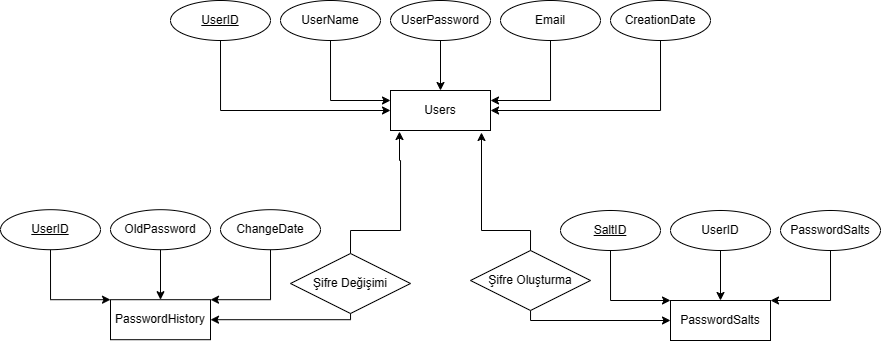
The draw.io diagram BIL106.1 Veri Tabanı ve SQL Dilleri/PasswordDB_ConceptualModel.png in Dot0exe/University, before a commit. Source tidied: cells renumbered, new cells last; positions are measured from the earlier drawing's top-left corner, leaving out a move shared by most shapes.
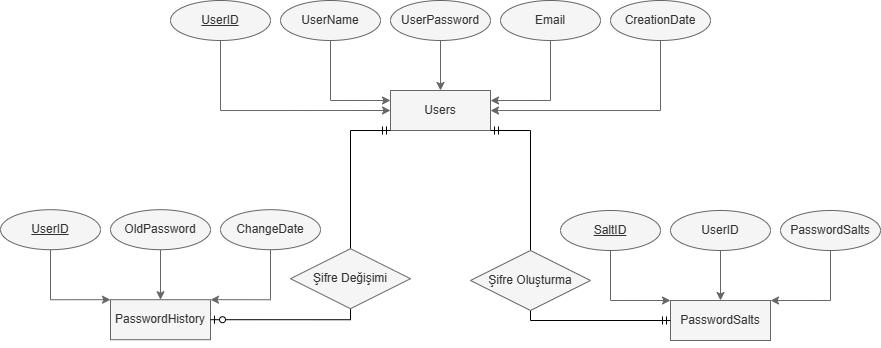
The same file after the commit.

Change to the diagram source:
```diff
@@ -1,45 +1,45 @@
-<mxGraphModel>
+<mxGraphModel background="#ffffff">
   <root>
     <mxCell id="0" />
     <mxCell id="1" parent="0" />
-    <mxCell id="2" value="PasswordSalts" style="whiteSpace=wrap;html=1;align=center;labelBackgroundColor=default;" parent="1" vertex="1">
+    <mxCell id="2" value="PasswordSalts" style="whiteSpace=wrap;html=1;align=center;labelBackgroundColor=none;labelBorderColor=none;fillColor=#f5f5f5;fontColor=#333333;strokeColor=#666666;" parent="1" vertex="1">
       <mxGeometry x="670" y="300" width="100" height="40" as="geometry" />
     </mxCell>
-    <mxCell id="3" value="PasswordHistory" style="whiteSpace=wrap;html=1;align=center;labelBackgroundColor=default;" parent="1" vertex="1">
+    <mxCell id="3" value="PasswordHistory" style="whiteSpace=wrap;html=1;align=center;labelBackgroundColor=none;labelBorderColor=none;fillColor=#f5f5f5;fontColor=#333333;strokeColor=#666666;" parent="1" vertex="1">
       <mxGeometry x="110" y="299.2" width="100" height="40" as="geometry" />
     </mxCell>
-    <mxCell id="4" value="Users" style="whiteSpace=wrap;html=1;align=center;labelBackgroundColor=default;" parent="1" vertex="1">
+    <mxCell id="4" value="Users" style="whiteSpace=wrap;html=1;align=center;labelBackgroundColor=none;labelBorderColor=none;fillColor=#f5f5f5;fontColor=#333333;strokeColor=#666666;" parent="1" vertex="1">
       <mxGeometry x="390" y="90" width="100" height="40" as="geometry" />
     </mxCell>
-    <mxCell id="5" style="edgeStyle=orthogonalEdgeStyle;rounded=0;jettySize=auto;html=1;entryX=0;entryY=0.5;entryDx=0;entryDy=0;labelBackgroundColor=default;" parent="1" edge="1" source="6" target="4">
+    <mxCell id="5" style="edgeStyle=orthogonalEdgeStyle;rounded=0;jettySize=auto;html=1;entryX=0;entryY=0.5;entryDx=0;entryDy=0;labelBackgroundColor=none;labelBorderColor=none;fillColor=#f5f5f5;strokeColor=#666666;" parent="1" edge="1" source="6" target="4">
       <mxGeometry relative="1" as="geometry">
         <Array as="points">
           <mxPoint x="220" y="110" />
         </Array>
       </mxGeometry>
     </mxCell>
-    <mxCell id="6" value="UserID" style="ellipse;whiteSpace=wrap;html=1;align=center;fontStyle=4;labelBackgroundColor=default;" parent="1" vertex="1">
+    <mxCell id="6" value="UserID" style="ellipse;whiteSpace=wrap;html=1;align=center;fontStyle=4;labelBackgroundColor=none;labelBorderColor=none;fillColor=#f5f5f5;fontColor=#333333;strokeColor=#666666;" parent="1" vertex="1">
       <mxGeometry x="170" width="100" height="40" as="geometry" />
     </mxCell>
-    <mxCell id="7" style="edgeStyle=orthogonalEdgeStyle;rounded=0;jettySize=auto;html=1;entryX=0;entryY=0.25;entryDx=0;entryDy=0;exitX=0.5;exitY=1;exitDx=0;exitDy=0;labelBackgroundColor=default;" parent="1" edge="1" source="8" target="4">
+    <mxCell id="7" style="edgeStyle=orthogonalEdgeStyle;rounded=0;jettySize=auto;html=1;entryX=0;entryY=0.25;entryDx=0;entryDy=0;exitX=0.5;exitY=1;exitDx=0;exitDy=0;labelBackgroundColor=none;labelBorderColor=none;fillColor=#f5f5f5;strokeColor=#666666;" parent="1" edge="1" source="8" target="4">
       <mxGeometry relative="1" as="geometry" />
     </mxCell>
-    <mxCell id="8" value="UserName" style="ellipse;whiteSpace=wrap;html=1;align=center;labelBackgroundColor=default;" parent="1" vertex="1">
+    <mxCell id="8" value="UserName" style="ellipse;whiteSpace=wrap;html=1;align=center;labelBackgroundColor=none;labelBorderColor=none;fillColor=#f5f5f5;fontColor=#333333;strokeColor=#666666;" parent="1" vertex="1">
       <mxGeometry x="280" width="100" height="40" as="geometry" />
     </mxCell>
-    <mxCell id="9" style="edgeStyle=orthogonalEdgeStyle;rounded=0;jettySize=auto;html=1;entryX=0.5;entryY=0;entryDx=0;entryDy=0;labelBackgroundColor=default;" parent="1" edge="1" source="10" target="4">
+    <mxCell id="9" style="edgeStyle=orthogonalEdgeStyle;rounded=0;jettySize=auto;html=1;entryX=0.5;entryY=0;entryDx=0;entryDy=0;labelBackgroundColor=none;labelBorderColor=none;fillColor=#f5f5f5;strokeColor=#666666;" parent="1" edge="1" source="10" target="4">
       <mxGeometry relative="1" as="geometry" />
     </mxCell>
-    <mxCell id="10" value="UserPassword" style="ellipse;whiteSpace=wrap;html=1;align=center;labelBackgroundColor=default;" parent="1" vertex="1">
+    <mxCell id="10" value="UserPassword" style="ellipse;whiteSpace=wrap;html=1;align=center;labelBackgroundColor=none;labelBorderColor=none;fillColor=#f5f5f5;fontColor=#333333;strokeColor=#666666;" parent="1" vertex="1">
       <mxGeometry x="390" width="100" height="40" as="geometry" />
     </mxCell>
-    <mxCell id="11" style="edgeStyle=orthogonalEdgeStyle;rounded=0;jettySize=auto;html=1;entryX=1;entryY=0.25;entryDx=0;entryDy=0;exitX=0.5;exitY=1;exitDx=0;exitDy=0;labelBackgroundColor=default;" parent="1" edge="1" source="12" target="4">
+    <mxCell id="11" style="edgeStyle=orthogonalEdgeStyle;rounded=0;jettySize=auto;html=1;entryX=1;entryY=0.25;entryDx=0;entryDy=0;exitX=0.5;exitY=1;exitDx=0;exitDy=0;labelBackgroundColor=none;labelBorderColor=none;fillColor=#f5f5f5;strokeColor=#666666;" parent="1" edge="1" source="12" target="4">
       <mxGeometry relative="1" as="geometry" />
     </mxCell>
-    <mxCell id="12" value="Email" style="ellipse;whiteSpace=wrap;html=1;align=center;labelBackgroundColor=default;" parent="1" vertex="1">
+    <mxCell id="12" value="Email" style="ellipse;whiteSpace=wrap;html=1;align=center;labelBackgroundColor=none;labelBorderColor=none;fillColor=#f5f5f5;fontColor=#333333;strokeColor=#666666;" parent="1" vertex="1">
       <mxGeometry x="500" width="100" height="40" as="geometry" />
     </mxCell>
-    <mxCell id="13" style="edgeStyle=orthogonalEdgeStyle;rounded=0;jettySize=auto;html=1;exitX=0.5;exitY=1;exitDx=0;exitDy=0;labelBackgroundColor=default;" parent="1" edge="1" source="14">
+    <mxCell id="13" style="edgeStyle=orthogonalEdgeStyle;rounded=0;jettySize=auto;html=1;exitX=0.5;exitY=1;exitDx=0;exitDy=0;labelBackgroundColor=none;labelBorderColor=none;fillColor=#f5f5f5;strokeColor=#666666;" parent="1" edge="1" source="14">
       <mxGeometry relative="1" as="geometry">
         <mxPoint x="490" y="110" as="targetPoint" />
         <Array as="points">
@@ -48,10 +48,10 @@
         </Array>
       </mxGeometry>
     </mxCell>
-    <mxCell id="14" value="CreationDate" style="ellipse;whiteSpace=wrap;html=1;align=center;labelBackgroundColor=default;" parent="1" vertex="1">
+    <mxCell id="14" value="CreationDate" style="ellipse;whiteSpace=wrap;html=1;align=center;labelBackgroundColor=none;labelBorderColor=none;fillColor=#f5f5f5;fontColor=#333333;strokeColor=#666666;" parent="1" vertex="1">
       <mxGeometry x="610" width="100" height="40" as="geometry" />
     </mxCell>
-    <mxCell id="15" style="edgeStyle=orthogonalEdgeStyle;rounded=0;jettySize=auto;html=1;entryX=0;entryY=0;entryDx=0;entryDy=0;exitX=0.5;exitY=1;exitDx=0;exitDy=0;labelBackgroundColor=default;" parent="1" edge="1" source="16" target="3">
+    <mxCell id="15" style="edgeStyle=orthogonalEdgeStyle;rounded=0;jettySize=auto;html=1;entryX=0;entryY=0;entryDx=0;entryDy=0;exitX=0.5;exitY=1;exitDx=0;exitDy=0;labelBackgroundColor=none;labelBorderColor=none;fillColor=#f5f5f5;strokeColor=#666666;" parent="1" edge="1" source="16" target="3">
       <mxGeometry relative="1" as="geometry">
         <Array as="points">
           <mxPoint x="50" y="299.2" />
@@ -59,92 +59,74 @@
         </Array>
       </mxGeometry>
     </mxCell>
-    <mxCell id="16" value="UserID" style="ellipse;whiteSpace=wrap;html=1;align=center;fontStyle=4;labelBackgroundColor=default;" parent="1" vertex="1">
+    <mxCell id="16" value="UserID" style="ellipse;whiteSpace=wrap;html=1;align=center;fontStyle=4;labelBackgroundColor=none;labelBorderColor=none;fillColor=#f5f5f5;fontColor=#333333;strokeColor=#666666;" parent="1" vertex="1">
       <mxGeometry y="209.2" width="100" height="40" as="geometry" />
     </mxCell>
-    <mxCell id="17" style="edgeStyle=orthogonalEdgeStyle;rounded=0;orthogonalLoop=1;jettySize=auto;html=1;exitX=0.5;exitY=1;exitDx=0;exitDy=0;labelBackgroundColor=default;" parent="1" edge="1" source="3" target="3">
+    <mxCell id="17" style="edgeStyle=orthogonalEdgeStyle;rounded=0;orthogonalLoop=1;jettySize=auto;html=1;exitX=0.5;exitY=1;exitDx=0;exitDy=0;labelBackgroundColor=none;labelBorderColor=none;fillColor=#f5f5f5;strokeColor=#666666;" parent="1" edge="1" source="3" target="3">
       <mxGeometry relative="1" as="geometry" />
     </mxCell>
-    <mxCell id="18" style="edgeStyle=orthogonalEdgeStyle;rounded=0;jettySize=auto;html=1;entryX=0.5;entryY=0;entryDx=0;entryDy=0;labelBackgroundColor=default;" parent="1" edge="1" source="19" target="3">
+    <mxCell id="18" style="edgeStyle=orthogonalEdgeStyle;rounded=0;jettySize=auto;html=1;entryX=0.5;entryY=0;entryDx=0;entryDy=0;labelBackgroundColor=none;labelBorderColor=none;fillColor=#f5f5f5;strokeColor=#666666;" parent="1" edge="1" source="19" target="3">
       <mxGeometry relative="1" as="geometry" />
     </mxCell>
-    <mxCell id="19" value="OldPassword" style="ellipse;whiteSpace=wrap;html=1;align=center;labelBackgroundColor=default;" parent="1" vertex="1">
+    <mxCell id="19" value="OldPassword" style="ellipse;whiteSpace=wrap;html=1;align=center;labelBackgroundColor=none;labelBorderColor=none;fillColor=#f5f5f5;fontColor=#333333;strokeColor=#666666;" parent="1" vertex="1">
       <mxGeometry x="110" y="209.2" width="100" height="40" as="geometry" />
     </mxCell>
-    <mxCell id="20" style="edgeStyle=orthogonalEdgeStyle;rounded=0;jettySize=auto;html=1;entryX=1;entryY=0;entryDx=0;entryDy=0;exitX=0.5;exitY=1;exitDx=0;exitDy=0;labelBackgroundColor=default;" parent="1" edge="1" source="21" target="3">
+    <mxCell id="20" style="edgeStyle=orthogonalEdgeStyle;rounded=0;jettySize=auto;html=1;entryX=1;entryY=0;entryDx=0;entryDy=0;exitX=0.5;exitY=1;exitDx=0;exitDy=0;labelBackgroundColor=none;labelBorderColor=none;fillColor=#f5f5f5;strokeColor=#666666;" parent="1" edge="1" source="21" target="3">
       <mxGeometry relative="1" as="geometry">
         <Array as="points">
           <mxPoint x="270" y="299.2" />
         </Array>
       </mxGeometry>
     </mxCell>
-    <mxCell id="21" value="ChangeDate" style="ellipse;whiteSpace=wrap;html=1;align=center;labelBackgroundColor=default;" parent="1" vertex="1">
+    <mxCell id="21" value="ChangeDate" style="ellipse;whiteSpace=wrap;html=1;align=center;labelBackgroundColor=none;labelBorderColor=none;fillColor=#f5f5f5;fontColor=#333333;strokeColor=#666666;" parent="1" vertex="1">
       <mxGeometry x="220" y="209.2" width="100" height="40" as="geometry" />
     </mxCell>
-    <mxCell id="22" style="edgeStyle=orthogonalEdgeStyle;rounded=0;jettySize=auto;html=1;labelBackgroundColor=default;" parent="1" edge="1" source="23" target="2">
+    <mxCell id="22" style="edgeStyle=orthogonalEdgeStyle;rounded=0;jettySize=auto;html=1;labelBackgroundColor=none;labelBorderColor=none;fillColor=#f5f5f5;strokeColor=#666666;" parent="1" edge="1" source="23" target="2">
       <mxGeometry relative="1" as="geometry" />
     </mxCell>
-    <mxCell id="23" value="UserID" style="ellipse;whiteSpace=wrap;html=1;align=center;labelBackgroundColor=default;" parent="1" vertex="1">
+    <mxCell id="23" value="UserID" style="ellipse;whiteSpace=wrap;html=1;align=center;labelBackgroundColor=none;labelBorderColor=none;fillColor=#f5f5f5;fontColor=#333333;strokeColor=#666666;" parent="1" vertex="1">
       <mxGeometry x="670" y="210" width="100" height="40" as="geometry" />
     </mxCell>
-    <mxCell id="24" value="SaltID" style="ellipse;whiteSpace=wrap;html=1;align=center;fontStyle=4;labelBackgroundColor=default;" parent="1" vertex="1">
+    <mxCell id="24" value="SaltID" style="ellipse;whiteSpace=wrap;html=1;align=center;fontStyle=4;labelBackgroundColor=none;labelBorderColor=none;fillColor=#f5f5f5;fontColor=#333333;strokeColor=#666666;" parent="1" vertex="1">
       <mxGeometry x="560" y="210" width="100" height="40" as="geometry" />
     </mxCell>
-    <mxCell id="25" style="edgeStyle=orthogonalEdgeStyle;rounded=0;jettySize=auto;html=1;entryX=1;entryY=0;entryDx=0;entryDy=0;exitX=0.5;exitY=1;exitDx=0;exitDy=0;labelBackgroundColor=default;" parent="1" edge="1" source="26" target="2">
+    <mxCell id="25" style="edgeStyle=orthogonalEdgeStyle;rounded=0;jettySize=auto;html=1;entryX=1;entryY=0;entryDx=0;entryDy=0;exitX=0.5;exitY=1;exitDx=0;exitDy=0;labelBackgroundColor=none;labelBorderColor=none;fillColor=#f5f5f5;strokeColor=#666666;" parent="1" edge="1" source="26" target="2">
       <mxGeometry relative="1" as="geometry">
         <Array as="points">
           <mxPoint x="830" y="300" />
         </Array>
       </mxGeometry>
     </mxCell>
-    <mxCell id="26" value="PasswordSalts" style="ellipse;whiteSpace=wrap;html=1;align=center;labelBackgroundColor=default;" parent="1" vertex="1">
+    <mxCell id="26" value="PasswordSalts" style="ellipse;whiteSpace=wrap;html=1;align=center;labelBackgroundColor=none;labelBorderColor=none;fillColor=#f5f5f5;fontColor=#333333;strokeColor=#666666;" parent="1" vertex="1">
       <mxGeometry x="780" y="210" width="100" height="40" as="geometry" />
     </mxCell>
-    <mxCell id="27" style="edgeStyle=orthogonalEdgeStyle;rounded=0;jettySize=auto;html=1;entryX=0;entryY=0;entryDx=0;entryDy=0;exitX=0.5;exitY=1;exitDx=0;exitDy=0;labelBackgroundColor=default;" parent="1" edge="1" source="24" target="2">
+    <mxCell id="27" style="edgeStyle=orthogonalEdgeStyle;rounded=0;jettySize=auto;html=1;entryX=0;entryY=0;entryDx=0;entryDy=0;exitX=0.5;exitY=1;exitDx=0;exitDy=0;labelBackgroundColor=none;labelBorderColor=none;fillColor=#f5f5f5;strokeColor=#666666;" parent="1" edge="1" source="24" target="2">
       <mxGeometry relative="1" as="geometry">
         <Array as="points">
           <mxPoint x="610" y="300" />
         </Array>
       </mxGeometry>
     </mxCell>
-    <mxCell id="28" style="edgeStyle=orthogonalEdgeStyle;rounded=0;jettySize=auto;html=1;entryX=1;entryY=0.5;entryDx=0;entryDy=0;labelBackgroundColor=default;" parent="1" edge="1" target="3">
-      <mxGeometry relative="1" as="geometry">
-        <mxPoint x="350" y="309.2" as="sourcePoint" />
-        <Array as="points">
-          <mxPoint x="350" y="319.2" />
-        </Array>
-      </mxGeometry>
-    </mxCell>
-    <mxCell id="29" style="edgeStyle=orthogonalEdgeStyle;rounded=0;jettySize=auto;html=1;exitX=0.5;exitY=0;exitDx=0;exitDy=0;entryX=0.09;entryY=1.026;entryDx=0;entryDy=0;entryPerimeter=0;labelBackgroundColor=default;" parent="1" edge="1" source="30" target="4">
-      <mxGeometry relative="1" as="geometry">
-        <Array as="points">
-          <mxPoint x="350" y="230" />
-          <mxPoint x="400" y="230" />
-          <mxPoint x="400" y="160" />
-          <mxPoint x="399" y="160" />
-        </Array>
-      </mxGeometry>
-    </mxCell>
+    <mxCell id="34" style="edgeStyle=orthogonalEdgeStyle;fontSize=12;html=1;endArrow=ERzeroToOne;startArrow=ERmandOne;rounded=0;exitX=0;exitY=1;exitDx=0;exitDy=0;entryX=1;entryY=0.5;entryDx=0;entryDy=0;" parent="1" edge="1" source="4" target="3">
+      <mxGeometry relative="1" as="geometry">
+        <Array as="points">
+          <mxPoint x="350" y="130" />
+          <mxPoint x="350" y="319" />
+        </Array>
+      </mxGeometry>
+    </mxCell>
-    <mxCell id="30" value="Şifre Değişimi" style="shape=rhombus;perimeter=rhombusPerimeter;whiteSpace=wrap;html=1;align=center;labelBackgroundColor=default;" parent="1" vertex="1">
-      <mxGeometry x="290" y="253" width="120" height="60" as="geometry" />
+    <mxCell id="30" value="Şifre Değişimi" style="shape=rhombus;perimeter=rhombusPerimeter;whiteSpace=wrap;html=1;align=center;labelBackgroundColor=none;labelBorderColor=none;fillColor=#f5f5f5;fontColor=#333333;strokeColor=#666666;" parent="1" vertex="1">
+      <mxGeometry x="290" y="248.2" width="120" height="60" as="geometry" />
     </mxCell>
-    <mxCell id="31" style="edgeStyle=orthogonalEdgeStyle;rounded=0;jettySize=auto;html=1;labelBackgroundColor=default;" parent="1" edge="1" source="32" target="2">
-      <mxGeometry relative="1" as="geometry">
-        <Array as="points">
-          <mxPoint x="530" y="320" />
-        </Array>
-      </mxGeometry>
-    </mxCell>
+    <mxCell id="35" style="edgeStyle=elbowEdgeStyle;fontSize=12;html=1;endArrow=ERmandOne;startArrow=ERmandOne;rounded=0;exitX=0;exitY=0.5;exitDx=0;exitDy=0;entryX=1;entryY=1;entryDx=0;entryDy=0;" parent="1" edge="1" source="2" target="4">
+      <mxGeometry relative="1" as="geometry">
+        <Array as="points">
+          <mxPoint x="530" y="220" />
+        </Array>
+      </mxGeometry>
+    </mxCell>
-    <mxCell id="32" value="Şifre Oluşturma" style="shape=rhombus;perimeter=rhombusPerimeter;whiteSpace=wrap;html=1;align=center;labelBackgroundColor=default;" parent="1" vertex="1">
+    <mxCell id="32" value="Şifre Oluşturma" style="shape=rhombus;perimeter=rhombusPerimeter;whiteSpace=wrap;html=1;align=center;labelBackgroundColor=none;labelBorderColor=none;fillColor=#f5f5f5;fontColor=#333333;strokeColor=#666666;" parent="1" vertex="1">
       <mxGeometry x="470" y="250" width="120" height="60" as="geometry" />
     </mxCell>
-    <mxCell id="33" style="edgeStyle=orthogonalEdgeStyle;rounded=0;jettySize=auto;html=1;entryX=0.91;entryY=1.05;entryDx=0;entryDy=0;entryPerimeter=0;exitX=0.5;exitY=0;exitDx=0;exitDy=0;labelBackgroundColor=default;" parent="1" edge="1" source="32" target="4">
-      <mxGeometry relative="1" as="geometry">
-        <Array as="points">
-          <mxPoint x="530" y="230" />
-          <mxPoint x="481" y="230" />
-        </Array>
-      </mxGeometry>
-    </mxCell>
   </root>
 </mxGraphModel>
```
